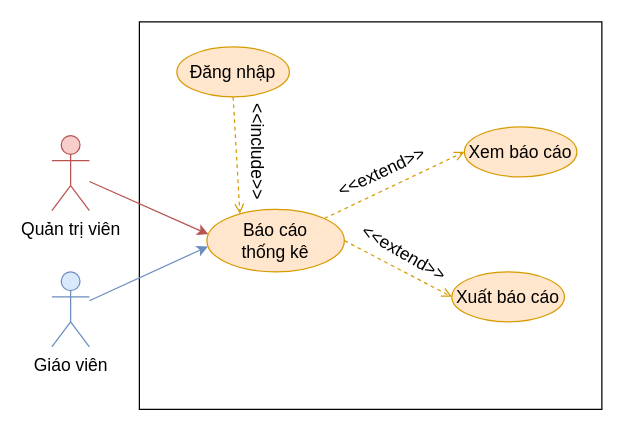
copecute/do-an-tot-nghiep keeps this draw.io diagram as Documents/draw/usecase/phan-ra/bao-cao-thong-ke.drawio. Above is the earlier version. Source tidied: cells renumbered, new cells numbered last; positions are measured from the earlier drawing's top-left corner, leaving out a move shared by most shapes. Both pictures are drawn from the tidied source at 125%, with x=0, y=0 at pixel (51, 21).
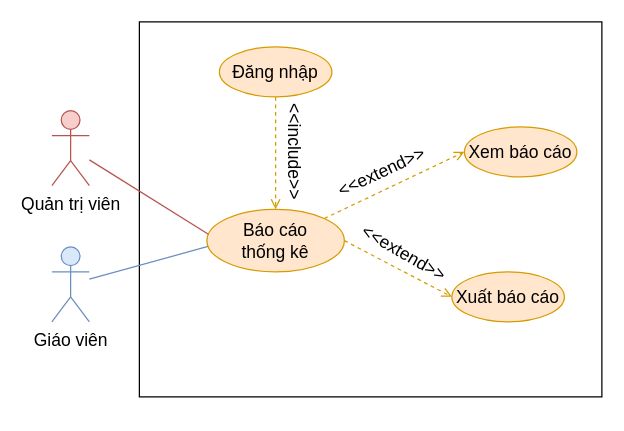
The same page after the edit.

The edit, as a diff of the source:
```diff
@@
 <mxGraphModel>
   <root>
     <mxCell id="0" />
     <mxCell id="1" parent="0" />
     <mxCell id="2" style="rounded=0;whiteSpace=wrap;html=1;" parent="1" vertex="1">
-      <mxGeometry x="70" width="370" height="310" as="geometry" />
+      <mxGeometry x="70" width="370" height="300" as="geometry" />
     </mxCell>
     <mxCell id="3" value="Báo cáo&lt;br&gt;thống kê" style="ellipse;whiteSpace=wrap;html=1;fillColor=#ffe6cc;strokeColor=#d79b00;fontSize=14;" parent="1" vertex="1">
       <mxGeometry x="124" y="150" width="110" height="50" as="geometry" />
     </mxCell>
     <mxCell id="4" style="rounded=0;jettySize=auto;html=1;entryX=0;entryY=0.5;entryDx=0;entryDy=0;fillColor=#ffe6cc;strokeColor=#d79b00;exitX=1;exitY=0;exitDx=0;exitDy=0;dashed=1;fontSize=14;endArrow=open;endFill=0;" parent="1" edge="1" source="3" target="6">
       <mxGeometry relative="1" as="geometry" />
     </mxCell>
     <mxCell id="5" style="rounded=0;jettySize=auto;html=1;exitX=1;exitY=0.5;exitDx=0;exitDy=0;entryX=0;entryY=0.5;entryDx=0;entryDy=0;fillColor=#ffe6cc;strokeColor=#d79b00;dashed=1;fontSize=14;endArrow=open;endFill=0;" parent="1" edge="1" source="3" target="7">
       <mxGeometry relative="1" as="geometry" />
     </mxCell>
     <mxCell id="6" value="Xem báo cáo" style="ellipse;whiteSpace=wrap;html=1;fillColor=#ffe6cc;strokeColor=#d79b00;fontSize=14;" parent="1" vertex="1">
       <mxGeometry x="330" y="84" width="90" height="40" as="geometry" />
     </mxCell>
     <mxCell id="7" value="Xuất báo cáo" style="ellipse;whiteSpace=wrap;html=1;fillColor=#ffe6cc;strokeColor=#d79b00;fontSize=14;" parent="1" vertex="1">
       <mxGeometry x="320" y="200" width="90" height="40" as="geometry" />
     </mxCell>
     <mxCell id="8" value="&lt;font style=&quot;font-size: 14px;&quot;&gt;&amp;lt;&amp;lt;extend&amp;gt;&amp;gt;&lt;/font&gt;" style="text;html=1;strokeColor=none;fillColor=none;align=center;verticalAlign=middle;whiteSpace=wrap;rounded=0;rotation=-25;fontSize=14;" parent="1" vertex="1">
       <mxGeometry x="234" y="105" width="60" height="30" as="geometry" />
     </mxCell>
     <mxCell id="9" value="&lt;font style=&quot;font-size: 14px;&quot;&gt;&amp;lt;&amp;lt;extend&amp;gt;&amp;gt;&lt;/font&gt;" style="text;html=1;strokeColor=none;fillColor=none;align=center;verticalAlign=middle;whiteSpace=wrap;rounded=0;rotation=30;fontSize=14;" parent="1" vertex="1">
       <mxGeometry x="252" y="170" width="60" height="30" as="geometry" />
     </mxCell>
-    <mxCell id="10" style="rounded=0;jettySize=auto;html=1;entryX=0.011;entryY=0.399;entryDx=0;entryDy=0;fillColor=#f8cecc;strokeColor=#b85450;fontSize=14;entryPerimeter=0;" parent="1" edge="1" source="11" target="3">
+    <mxCell id="10" style="rounded=0;jettySize=auto;html=1;entryX=0.011;entryY=0.399;entryDx=0;entryDy=0;fillColor=#f8cecc;strokeColor=#b85450;fontSize=14;entryPerimeter=0;endArrow=none;startFill=0;" parent="1" edge="1" source="11" target="3">
       <mxGeometry relative="1" as="geometry" />
     </mxCell>
     <mxCell id="11" value="Quản trị viên" style="shape=umlActor;verticalLabelPosition=bottom;verticalAlign=top;html=1;outlineConnect=0;fillColor=#f8cecc;strokeColor=#b85450;fontSize=14;" parent="1" vertex="1">
-      <mxGeometry y="91" width="30" height="60" as="geometry" />
+      <mxGeometry y="71" width="30" height="60" as="geometry" />
     </mxCell>
-    <mxCell id="12" style="rounded=0;jettySize=auto;html=1;entryX=0.24;entryY=0.072;entryDx=0;entryDy=0;fillColor=#ffe6cc;strokeColor=#d79b00;endArrow=open;endFill=0;dashed=1;exitX=0.5;exitY=1;exitDx=0;exitDy=0;entryPerimeter=0;" parent="1" edge="1" source="13" target="3">
+    <mxCell id="12" style="rounded=0;jettySize=auto;html=1;entryX=0.5;entryY=0;entryDx=0;entryDy=0;fillColor=#ffe6cc;strokeColor=#d79b00;endArrow=open;endFill=0;dashed=1;exitX=0.5;exitY=1;exitDx=0;exitDy=0;" parent="1" edge="1" source="13" target="3">
       <mxGeometry relative="1" as="geometry" />
     </mxCell>
     <mxCell id="13" value="Đăng nhập" style="ellipse;whiteSpace=wrap;html=1;fillColor=#ffe6cc;strokeColor=#d79b00;fontSize=14;" parent="1" vertex="1">
-      <mxGeometry x="100" y="20" width="90" height="40" as="geometry" />
+      <mxGeometry x="134" y="20" width="90" height="40" as="geometry" />
     </mxCell>
     <mxCell id="14" value="&lt;font&gt;&amp;lt;&amp;lt;include&amp;gt;&amp;gt;&lt;/font&gt;" style="text;html=1;strokeColor=none;fillColor=none;align=center;verticalAlign=middle;whiteSpace=wrap;rounded=0;rotation=90;fontSize=14;" parent="1" vertex="1">
-      <mxGeometry x="135" y="89" width="60" height="30" as="geometry" />
+      <mxGeometry x="164" y="89" width="60" height="30" as="geometry" />
     </mxCell>
-    <mxCell id="15" style="rounded=0;jettySize=auto;html=1;entryX=0.008;entryY=0.593;entryDx=0;entryDy=0;fillColor=#dae8fc;strokeColor=#6c8ebf;entryPerimeter=0;" parent="1" edge="1" source="16" target="3">
+    <mxCell id="15" style="rounded=0;jettySize=auto;html=1;entryX=0.008;entryY=0.593;entryDx=0;entryDy=0;fillColor=#dae8fc;strokeColor=#6c8ebf;entryPerimeter=0;endArrow=none;startFill=0;" parent="1" edge="1" source="16" target="3">
       <mxGeometry relative="1" as="geometry" />
     </mxCell>
     <mxCell id="16" value="Giáo viên" style="shape=umlActor;verticalLabelPosition=bottom;verticalAlign=top;html=1;outlineConnect=0;fillColor=#dae8fc;strokeColor=#6c8ebf;fontSize=14;" parent="1" vertex="1">
-      <mxGeometry y="200" width="30" height="60" as="geometry" />
+      <mxGeometry y="180" width="30" height="60" as="geometry" />
     </mxCell>
   </root>
 </mxGraphModel>
```
